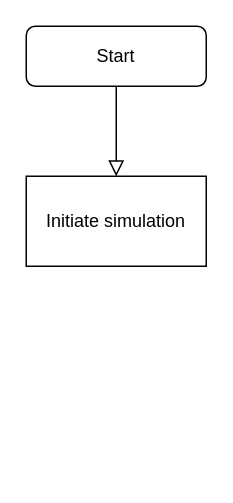
Earlier version of the draw.io diagram Particle Simulation.drawio (particle-simulation/H24HX3-Fysik-og-Programmering-Josva-Partikel-Simulation). Source tidied: cells renumbered, new cells numbered last; positions are measured from the earlier drawing's top-left corner, leaving out a move shared by most shapes. Both pictures are drawn from the tidied source at 150%, with x=0, y=0 at pixel (26, 26).
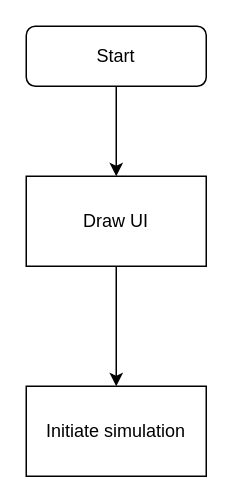
After the change.

Diff of the diagram source:
```diff
@@
 <mxGraphModel>
   <root>
     <mxCell id="0" />
     <mxCell id="1" parent="0" />
-    <mxCell id="2" style="rounded=0;html=1;jettySize=auto;fontSize=11;endArrow=block;endFill=0;endSize=8;strokeWidth=1;shadow=0;labelBackgroundColor=none;edgeStyle=orthogonalEdgeStyle;entryX=0.5;entryY=0;entryDx=0;entryDy=0;" parent="1" edge="1" source="3" target="4">
-      <mxGeometry relative="1" as="geometry" />
-    </mxCell>
     <mxCell id="3" value="Start" style="rounded=1;whiteSpace=wrap;html=1;fontSize=12;glass=0;strokeWidth=1;shadow=0;" parent="1" vertex="1">
       <mxGeometry width="120" height="40" as="geometry" />
     </mxCell>
     <mxCell id="4" value="Initiate simulation" style="rounded=0;whiteSpace=wrap;html=1;" parent="1" vertex="1">
-      <mxGeometry y="100" width="120" height="60" as="geometry" />
+      <mxGeometry y="240" width="120" height="60" as="geometry" />
     </mxCell>
+    <mxCell id="5" value="Draw UI" style="rounded=0;whiteSpace=wrap;html=1;" parent="1" vertex="1">
+      <mxGeometry y="100" width="120" height="60" as="geometry" />
+    </mxCell>
+    <mxCell id="6" style="endArrow=classic;html=1;rounded=0;exitX=0.5;exitY=1;exitDx=0;exitDy=0;entryX=0.5;entryY=0;entryDx=0;entryDy=0;" parent="1" edge="1" source="5" target="4">
+      <mxGeometry relative="1" as="geometry" />
+    </mxCell>
+    <mxCell id="7" style="endArrow=classic;html=1;rounded=0;exitX=0.5;exitY=1;exitDx=0;exitDy=0;entryX=0.5;entryY=0;entryDx=0;entryDy=0;" parent="1" edge="1" source="3" target="5">
+      <mxGeometry relative="1" as="geometry" />
+    </mxCell>
   </root>
 </mxGraphModel>
```
